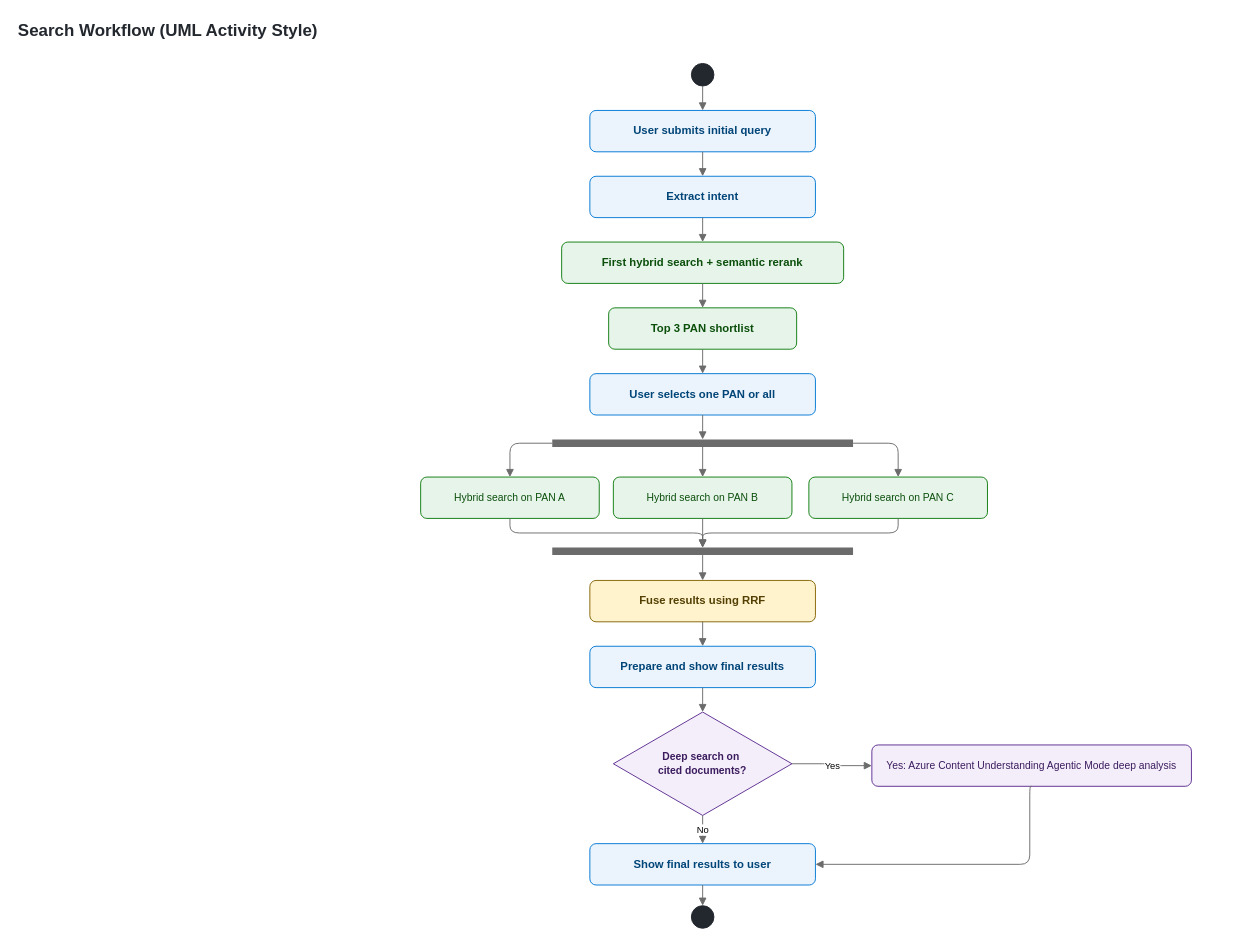
The draw.io diagram page "Search Workflow" (4 of 5) of architecture.drawio in sifiadlene/pans, before the edit. Source tidied: cells renumbered, new cells numbered last; positions are measured from the earlier drawing's top-left corner, leaving out a move shared by most shapes. Both pictures are drawn from the tidied source at 94%, with x=0, y=0 at pixel (16, 16).
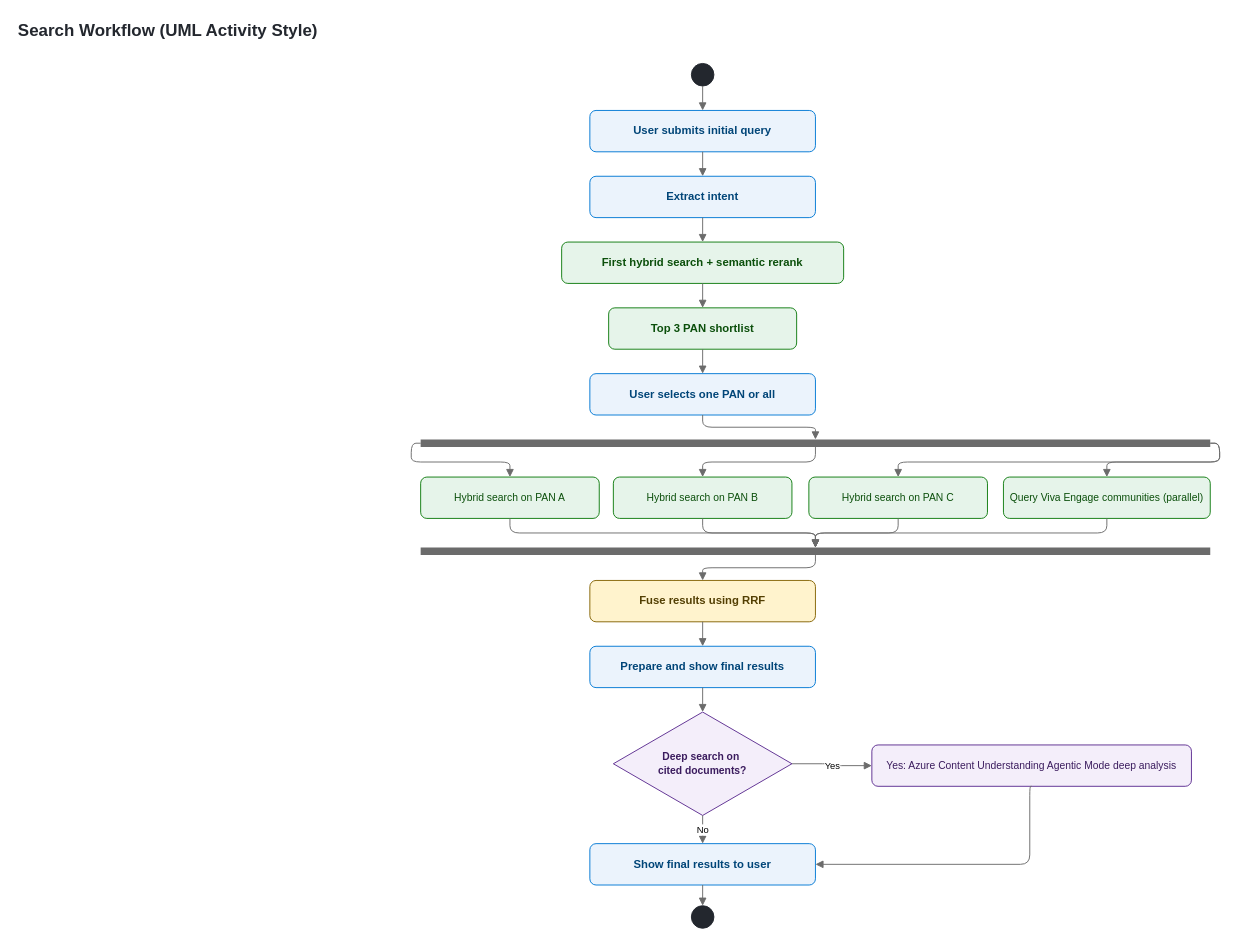
After the change.

The edit, as a diff of the source:
```diff
@@
     <mxCell id="9" style="shape=line;strokeWidth=8;strokeColor=#6B6B6B;html=1;" parent="1" vertex="1">
-      <mxGeometry x="570" y="450" width="320" height="8" as="geometry" />
+      <mxGeometry x="430" y="450" width="840" height="8" as="geometry" />
     </mxCell>
@@
+    <mxCell id="39" value="Query Viva Engage communities (parallel)" style="rounded=1;whiteSpace=wrap;html=1;fillColor=#E6F4EA;strokeColor=#107C10;fontColor=#0B4F0B;align=center;verticalAlign=middle;fontSize=11;" parent="1" vertex="1">
+      <mxGeometry x="1050" y="490" width="220" height="44" as="geometry" />
+    </mxCell>
     <mxCell id="13" style="shape=line;strokeWidth=8;strokeColor=#6B6B6B;html=1;" parent="1" vertex="1">
-      <mxGeometry x="570" y="565" width="320" height="8" as="geometry" />
+      <mxGeometry x="430" y="565" width="840" height="8" as="geometry" />
     </mxCell>
@@
+    <mxCell id="40" style="edgeStyle=orthogonalEdgeStyle;rounded=1;html=1;endArrow=block;strokeColor=#6B6B6B;exitX=1;exitY=0.5;exitDx=0;exitDy=0;exitPerimeter=0;" parent="1" edge="1" source="9" target="39">
+      <mxGeometry relative="1" as="geometry" />
+    </mxCell>
+    <mxCell id="41" style="edgeStyle=orthogonalEdgeStyle;rounded=1;html=1;endArrow=block;strokeColor=#6B6B6B;" parent="1" edge="1" source="39" target="13">
+      <mxGeometry relative="1" as="geometry" />
+    </mxCell>
```
